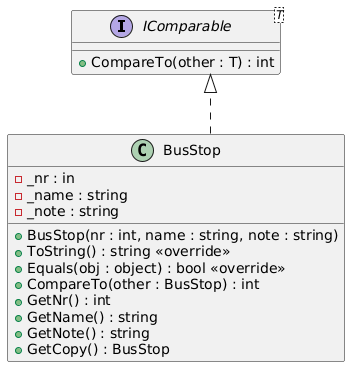
Earlier version of the PlantUML export src/assets/img/kmom01/KlassdiagramKmom01Uppgift.png (bbe-work/bbe-work.github.io).
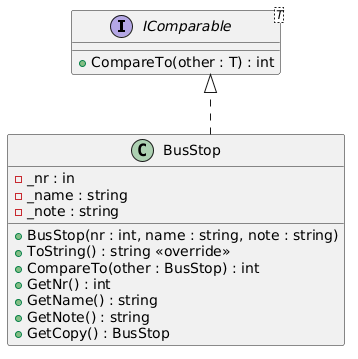
Later version of the same file.

What changed in the source:
```diff
@@ -13,7 +13,6 @@
 
   + BusStop(nr : int, name : string, note : string)
   + ToString() : string <<override>>
-  + Equals(obj : object) : bool <<override>>
   + CompareTo(other : BusStop) : int
   + GetNr() : int
   + GetName() : string
```
